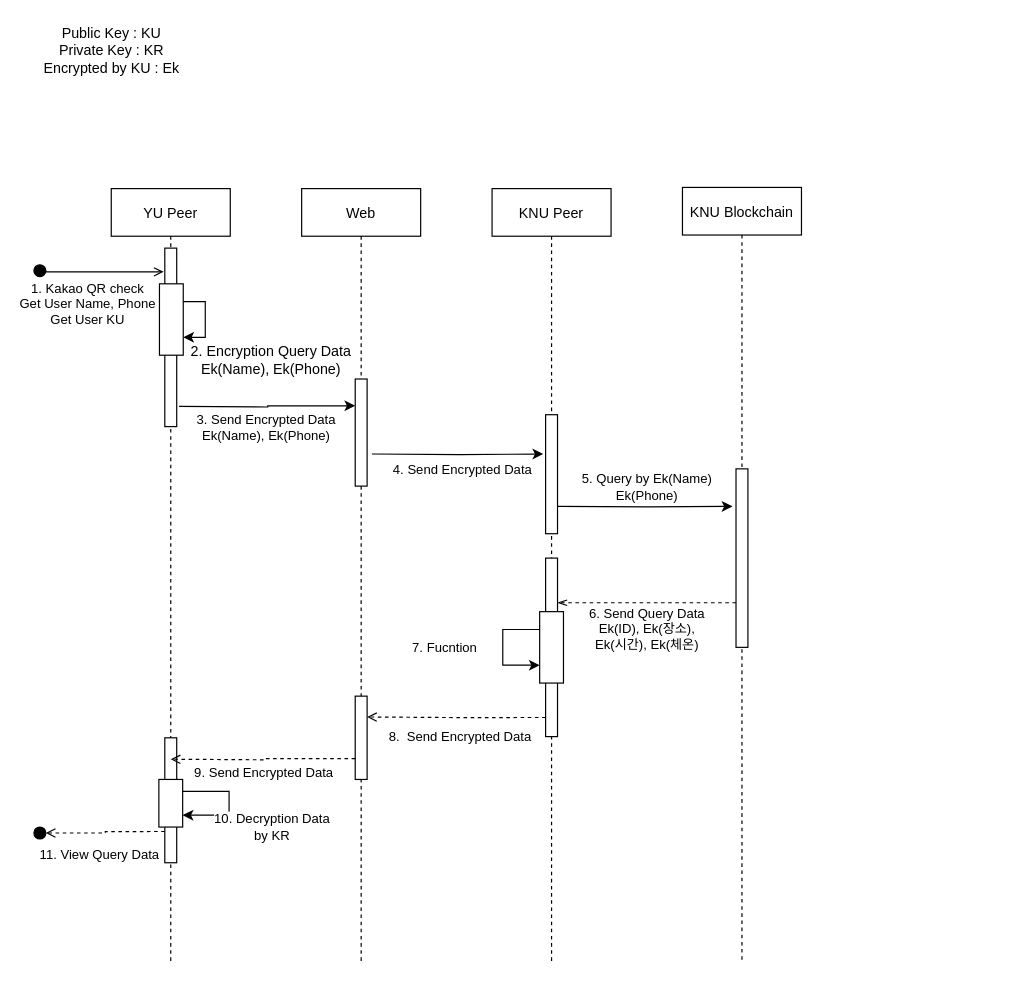
The draw.io diagram page "query" (3 of 3) of Sequence Diagram.drawio in GunhyungKim/TrackingSystem, before the edit. Source tidied: cells renumbered, new cells numbered last; positions are measured from the earlier drawing's top-left corner, leaving out a move shared by most shapes. Both pictures are drawn from the tidied source at 119%, with x=0, y=0 at pixel (33, 20).
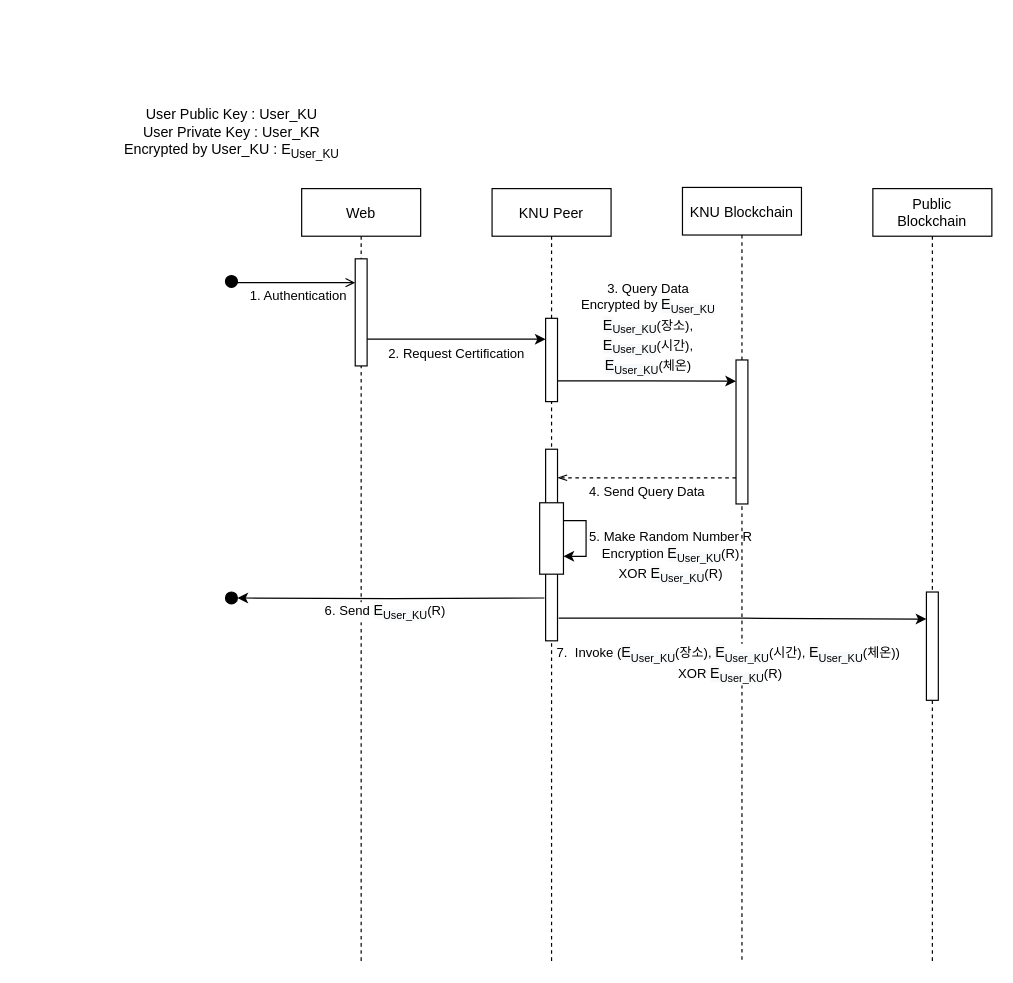
The same page after the edit.

The change refers to these unchanged cells:
```xml
<mxCell id="2" value="Web" style="shape=umlLifeline;perimeter=lifelinePerimeter;rounded=0;shadow=0;strokeWidth=1;" parent="1" vertex="1">
  <mxGeometry x="225" y="141" width="100" height="649" as="geometry" />
</mxCell>
<mxCell id="5" value="KNU Peer" style="shape=umlLifeline;perimeter=lifelinePerimeter;rounded=0;shadow=0;strokeWidth=1;" parent="1" vertex="1">
  <mxGeometry x="385" y="141" width="100" height="649" as="geometry" />
</mxCell>
<mxCell id="11" value="KNU Blockchain" style="shape=umlLifeline;perimeter=lifelinePerimeter;rounded=0;shadow=0;strokeWidth=1;" parent="1" vertex="1">
  <mxGeometry x="545" y="140" width="100" height="650" as="geometry" />
</mxCell>
```

Diff of the diagram source:
```diff
@@
-    <mxCell id="3" style="rounded=0;whiteSpace=wrap;html=1;" parent="2" vertex="1">
-      <mxGeometry x="45" y="160" width="10" height="90" as="geometry" />
-    </mxCell>
-    <mxCell id="4" style="rounded=0;whiteSpace=wrap;html=1;" parent="2" vertex="1">
-      <mxGeometry x="45" y="426.5" width="10" height="70" as="geometry" />
-    </mxCell>
+    <mxCell id="41" style="rounded=0;whiteSpace=wrap;html=1;" parent="2" vertex="1">
+      <mxGeometry x="45" y="59" width="10" height="90" as="geometry" />
+    </mxCell>
@@
-    <mxCell id="6" style="rounded=0;whiteSpace=wrap;html=1;" parent="5" vertex="1">
-      <mxGeometry x="45" y="190" width="10" height="100" as="geometry" />
-    </mxCell>
-    <mxCell id="7" style="rounded=0;whiteSpace=wrap;html=1;" parent="5" vertex="1">
-      <mxGeometry x="45" y="310.5" width="10" height="150" as="geometry" />
-    </mxCell>
-    <mxCell id="8" style="rounded=0;whiteSpace=wrap;html=1;fillColor=#FFFFFF;" parent="5" vertex="1">
-      <mxGeometry x="40" y="355.5" width="20" height="60" as="geometry" />
-    </mxCell>
-    <mxCell id="9" style="edgeStyle=orthogonalEdgeStyle;rounded=0;orthogonalLoop=1;jettySize=auto;html=1;exitX=0;exitY=0.25;exitDx=0;exitDy=0;entryX=0;entryY=0.75;entryDx=0;entryDy=0;endArrow=classic;endFill=1;" parent="5" edge="1" source="8" target="8">
-      <mxGeometry relative="1" as="geometry">
-        <Array as="points">
-          <mxPoint x="9" y="370.5" />
-          <mxPoint x="9" y="400.5" />
-        </Array>
-      </mxGeometry>
-    </mxCell>
-    <mxCell id="10" value="7. Fucntion" style="edgeLabel;html=1;align=center;verticalAlign=middle;" parent="9" vertex="1">
-      <mxGeometry x="-0.41" y="-3" relative="1" as="geometry">
-        <mxPoint x="-54" y="18" as="offset" />
-      </mxGeometry>
-    </mxCell>
+    <mxCell id="42" style="rounded=0;whiteSpace=wrap;html=1;" parent="5" vertex="1">
+      <mxGeometry x="45" y="109" width="10" height="70" as="geometry" />
+    </mxCell>
+    <mxCell id="43" style="rounded=0;whiteSpace=wrap;html=1;" parent="5" vertex="1">
+      <mxGeometry x="45" y="219" width="10" height="161" as="geometry" />
+    </mxCell>
+    <mxCell id="44" style="rounded=0;whiteSpace=wrap;html=1;fillColor=#FFFFFF;" parent="5" vertex="1">
+      <mxGeometry x="40" y="264" width="20" height="60" as="geometry" />
+    </mxCell>
+    <mxCell id="45" style="edgeStyle=orthogonalEdgeStyle;rounded=0;orthogonalLoop=1;jettySize=auto;html=1;exitX=1;exitY=0.25;exitDx=0;exitDy=0;entryX=1;entryY=0.75;entryDx=0;entryDy=0;endArrow=classic;endFill=1;" parent="5" edge="1" source="44" target="44">
+      <mxGeometry relative="1" as="geometry">
+        <Array as="points">
+          <mxPoint x="79" y="279" />
+          <mxPoint x="79" y="309" />
+        </Array>
+      </mxGeometry>
+    </mxCell>
+    <mxCell id="46" value="5. Make Random Number R&lt;br&gt;Encryption&amp;nbsp;&lt;span style=&quot;font-size: 12px ; background-color: rgb(248 , 249 , 250)&quot;&gt;E&lt;/span&gt;&lt;sub style=&quot;background-color: rgb(248 , 249 , 250)&quot;&gt;User_KU&lt;/sub&gt;(R)&lt;br&gt;XOR&amp;nbsp;&lt;span style=&quot;font-size: 12px ; background-color: rgb(248 , 249 , 250)&quot;&gt;E&lt;/span&gt;&lt;sub style=&quot;background-color: rgb(248 , 249 , 250)&quot;&gt;User_KU&lt;/sub&gt;(R)" style="edgeLabel;html=1;align=center;verticalAlign=middle;" parent="45" vertex="1">
+      <mxGeometry x="0.44" y="-3" relative="1" as="geometry">
+        <mxPoint x="70" y="3" as="offset" />
+      </mxGeometry>
+    </mxCell>
@@
-    <mxCell id="12" style="rounded=0;whiteSpace=wrap;html=1;" parent="11" vertex="1">
-      <mxGeometry x="45" y="236.5" width="10" height="150" as="geometry" />
-    </mxCell>
-    <mxCell id="13" value="YU Peer" style="shape=umlLifeline;perimeter=lifelinePerimeter;rounded=0;shadow=0;strokeWidth=1;" parent="1" vertex="1">
-      <mxGeometry x="65" y="141" width="100" height="649" as="geometry" />
-    </mxCell>
-    <mxCell id="14" style="rounded=0;whiteSpace=wrap;html=1;" parent="13" vertex="1">
-      <mxGeometry x="45" y="50" width="10" height="150" as="geometry" />
-    </mxCell>
-    <mxCell id="15" style="rounded=0;whiteSpace=wrap;html=1;fillColor=#FFFFFF;" parent="13" vertex="1">
-      <mxGeometry x="40.5" y="80" width="20" height="60" as="geometry" />
-    </mxCell>
-    <mxCell id="16" style="edgeStyle=orthogonalEdgeStyle;rounded=0;orthogonalLoop=1;jettySize=auto;html=1;exitX=1;exitY=0.25;exitDx=0;exitDy=0;entryX=1;entryY=0.75;entryDx=0;entryDy=0;" parent="13" edge="1" source="15" target="15">
-      <mxGeometry relative="1" as="geometry">
-        <Array as="points">
-          <mxPoint x="79" y="95" />
-          <mxPoint x="79" y="125" />
-        </Array>
-      </mxGeometry>
-    </mxCell>
-    <mxCell id="17" style="rounded=0;whiteSpace=wrap;html=1;" parent="13" vertex="1">
-      <mxGeometry x="45" y="461.5" width="10" height="105" as="geometry" />
-    </mxCell>
-    <mxCell id="18" style="rounded=0;whiteSpace=wrap;html=1;fillColor=#FFFFFF;" parent="13" vertex="1">
-      <mxGeometry x="40" y="496.5" width="20" height="40" as="geometry" />
-    </mxCell>
-    <mxCell id="19" style="edgeStyle=orthogonalEdgeStyle;rounded=0;orthogonalLoop=1;jettySize=auto;html=1;exitX=1;exitY=0.25;exitDx=0;exitDy=0;entryX=1;entryY=0.75;entryDx=0;entryDy=0;endArrow=classic;endFill=1;" parent="13" edge="1" source="18" target="18">
-      <mxGeometry relative="1" as="geometry">
-        <Array as="points">
-          <mxPoint x="99" y="506.5" />
-          <mxPoint x="99" y="526.5" />
-        </Array>
-      </mxGeometry>
-    </mxCell>
-    <mxCell id="20" value="10. Decryption Data&lt;br&gt;by KR" style="edgeLabel;html=1;align=center;verticalAlign=middle;" parent="19" vertex="1">
-      <mxGeometry x="0.35" y="4" relative="1" as="geometry">
-        <mxPoint x="42" y="6" as="offset" />
-      </mxGeometry>
-    </mxCell>
+    <mxCell id="47" style="rounded=0;whiteSpace=wrap;html=1;" parent="11" vertex="1">
+      <mxGeometry x="45" y="145" width="10" height="121" as="geometry" />
+    </mxCell>
     <mxCell id="21" style="ellipse;whiteSpace=wrap;html=1;fillColor=#000000;" parent="1" vertex="1">
-      <mxGeometry y="205" width="10" height="10" as="geometry" />
+      <mxGeometry x="161" y="214" width="10" height="10" as="geometry" />
     </mxCell>
-    <mxCell id="22" style="edgeStyle=orthogonalEdgeStyle;rounded=0;jettySize=auto;html=1;exitX=1;exitY=0.5;exitDx=0;exitDy=0;endArrow=open;endFill=0;entryX=-0.1;entryY=0.133;entryDx=0;entryDy=0;entryPerimeter=0;" parent="1" edge="1" source="21" target="14">
+    <mxCell id="22" style="edgeStyle=orthogonalEdgeStyle;rounded=0;jettySize=auto;html=1;exitX=1;exitY=0.5;exitDx=0;exitDy=0;endArrow=open;endFill=0;entryX=-0.1;entryY=0.133;entryDx=0;entryDy=0;entryPerimeter=0;" parent="1" edge="1" source="21">
       <mxGeometry relative="1" as="geometry">
+        <mxPoint x="270" y="220" as="targetPoint" />
         <Array as="points">
-          <mxPoint x="10" y="211" />
+          <mxPoint x="171" y="220" />
         </Array>
       </mxGeometry>
     </mxCell>
-    <mxCell id="23" value="1. Kakao QR check&lt;br&gt;Get User Name, Phone&lt;br&gt;Get User KU" style="edgeLabel;html=1;align=center;verticalAlign=middle;" parent="22" vertex="1">
+    <mxCell id="23" value="1. Authentication" style="edgeLabel;html=1;align=center;verticalAlign=middle;" parent="22" vertex="1">
       <mxGeometry x="0.26" y="1" relative="1" as="geometry">
-        <mxPoint x="-27" y="28" as="offset" />
+        <mxPoint x="-12" y="11" as="offset" />
       </mxGeometry>
     </mxCell>
-    <mxCell id="24" value="2. Encryption Query Data&lt;br&gt;Ek(Name), Ek(Phone)" style="text;html=1;align=center;verticalAlign=middle;" parent="1" vertex="1">
-      <mxGeometry x="124" y="270" width="150" height="30" as="geometry" />
-    </mxCell>
-    <mxCell id="25" style="edgeStyle=orthogonalEdgeStyle;rounded=0;jettySize=auto;html=1;entryX=0;entryY=0.25;entryDx=0;entryDy=0;" parent="1" edge="1" target="3">
-      <mxGeometry relative="1" as="geometry">
-        <mxPoint x="122" y="324" as="sourcePoint" />
-      </mxGeometry>
-    </mxCell>
-    <mxCell id="26" value="3. Send Encrypted Data&lt;br&gt;Ek(Name), Ek(Phone)" style="edgeLabel;html=1;align=center;verticalAlign=middle;" parent="25" vertex="1">
-      <mxGeometry x="-0.8" y="-4" relative="1" as="geometry">
-        <mxPoint x="58" y="13" as="offset" />
-      </mxGeometry>
-    </mxCell>
-    <mxCell id="27" style="edgeStyle=orthogonalEdgeStyle;rounded=0;jettySize=auto;html=1;entryX=-0.2;entryY=0.33;entryDx=0;entryDy=0;entryPerimeter=0;" parent="1" edge="1" target="6">
-      <mxGeometry relative="1" as="geometry">
-        <mxPoint x="284" y="364" as="sourcePoint" />
-      </mxGeometry>
-    </mxCell>
-    <mxCell id="28" value="4. Send Encrypted Data" style="edgeLabel;html=1;align=center;verticalAlign=middle;" parent="27" vertex="1">
-      <mxGeometry x="-0.17" y="-4" relative="1" as="geometry">
-        <mxPoint x="16" y="8.5" as="offset" />
-      </mxGeometry>
-    </mxCell>
-    <mxCell id="29" style="edgeStyle=orthogonalEdgeStyle;rounded=0;jettySize=auto;html=1;exitX=0;exitY=0.75;exitDx=0;exitDy=0;entryX=1;entryY=0.25;entryDx=0;entryDy=0;endArrow=openThin;endFill=0;dashed=1;" parent="1" edge="1" source="12" target="7">
-      <mxGeometry relative="1" as="geometry" />
+    <mxCell id="29" style="edgeStyle=orthogonalEdgeStyle;rounded=0;orthogonalLoop=1;jettySize=auto;html=1;exitX=0;exitY=0.75;exitDx=0;exitDy=0;entryX=1;entryY=0.25;entryDx=0;entryDy=0;endArrow=openThin;endFill=0;dashed=1;" parent="1" edge="1">
+      <mxGeometry relative="1" as="geometry">
+        <mxPoint x="590" y="384" as="sourcePoint" />
+        <mxPoint x="440" y="384" as="targetPoint" />
+      </mxGeometry>
     </mxCell>
-    <mxCell id="30" value="6. Send Query Data&lt;br&gt;Ek(ID), Ek(장소),&lt;br&gt;Ek(시간), Ek(체온)" style="edgeLabel;html=1;align=center;verticalAlign=middle;" parent="29" vertex="1">
+    <mxCell id="30" value="4. Send Query Data" style="edgeLabel;html=1;align=center;verticalAlign=middle;" parent="29" vertex="1">
       <mxGeometry x="0.31" y="4" relative="1" as="geometry">
-        <mxPoint x="22" y="17" as="offset" />
+        <mxPoint x="22" y="7" as="offset" />
       </mxGeometry>
     </mxCell>
-    <mxCell id="31" style="edgeStyle=orthogonalEdgeStyle;rounded=0;jettySize=auto;html=1;exitX=0;exitY=0.893;exitDx=0;exitDy=0;entryX=1;entryY=0.25;entryDx=0;entryDy=0;endArrow=open;endFill=0;exitPerimeter=0;dashed=1;" parent="1" edge="1" source="7" target="4">
-      <mxGeometry relative="1" as="geometry" />
-    </mxCell>
-    <mxCell id="32" value="8.&amp;nbsp; Send Encrypted Data" style="edgeLabel;html=1;align=center;verticalAlign=middle;" parent="31" vertex="1">
-      <mxGeometry x="0.35" y="2" relative="1" as="geometry">
-        <mxPoint x="28.5" y="14.5" as="offset" />
-      </mxGeometry>
-    </mxCell>
-    <mxCell id="33" style="edgeStyle=orthogonalEdgeStyle;rounded=0;jettySize=auto;html=1;exitX=0;exitY=0.75;exitDx=0;exitDy=0;endArrow=open;endFill=0;dashed=1;" parent="1" edge="1" source="4">
-      <mxGeometry relative="1" as="geometry">
-        <mxPoint x="115" y="620.5" as="targetPoint" />
-      </mxGeometry>
-    </mxCell>
-    <mxCell id="34" value="9. Send Encrypted Data" style="edgeLabel;html=1;align=center;verticalAlign=middle;" parent="33" vertex="1">
-      <mxGeometry x="0.23" y="2" relative="1" as="geometry">
-        <mxPoint x="18" y="8.5" as="offset" />
-      </mxGeometry>
-    </mxCell>
-    <mxCell id="35" style="ellipse;whiteSpace=wrap;html=1;fillColor=#000000;" parent="1" vertex="1">
-      <mxGeometry y="677.5" width="10" height="10" as="geometry" />
-    </mxCell>
-    <mxCell id="36" style="edgeStyle=orthogonalEdgeStyle;rounded=0;jettySize=auto;html=1;exitX=0;exitY=0.75;exitDx=0;exitDy=0;entryX=1;entryY=0.5;entryDx=0;entryDy=0;endArrow=open;endFill=0;dashed=1;" parent="1" edge="1" source="17" target="35">
-      <mxGeometry relative="1" as="geometry" />
-    </mxCell>
-    <mxCell id="37" value="11. View Query Data" style="edgeLabel;html=1;align=center;verticalAlign=middle;" parent="36" vertex="1">
-      <mxGeometry x="0.28" y="1" relative="1" as="geometry">
-        <mxPoint x="8.5" y="17" as="offset" />
-      </mxGeometry>
-    </mxCell>
-    <mxCell id="38" value="Public Key : KU&lt;br&gt;Private Key : KR&lt;br&gt;Encrypted by KU : Ek" style="text;html=1;align=center;verticalAlign=middle;" parent="1" vertex="1">
-      <mxGeometry width="130" height="50" as="geometry" />
-    </mxCell>
-    <mxCell id="39" style="edgeStyle=orthogonalEdgeStyle;rounded=0;jettySize=auto;html=1;entryX=-0.3;entryY=0.21;entryDx=0;entryDy=0;entryPerimeter=0;" parent="1" edge="1" target="12">
-      <mxGeometry relative="1" as="geometry">
-        <mxPoint x="440" y="408" as="sourcePoint" />
-      </mxGeometry>
-    </mxCell>
-    <mxCell id="40" value="5. Query by Ek(Name)&lt;br&gt;Ek(Phone)" style="edgeLabel;html=1;align=center;verticalAlign=middle;" parent="39" vertex="1">
-      <mxGeometry x="-0.27" y="-2" relative="1" as="geometry">
-        <mxPoint x="21" y="-19" as="offset" />
-      </mxGeometry>
-    </mxCell>
+    <mxCell id="48" value="Public&#10;Blockchain" style="shape=umlLifeline;perimeter=lifelinePerimeter;rounded=0;shadow=0;strokeWidth=1;" parent="1" vertex="1">
+      <mxGeometry x="705" y="141" width="100" height="650" as="geometry" />
+    </mxCell>
+    <mxCell id="49" style="rounded=0;whiteSpace=wrap;html=1;" parent="48" vertex="1">
+      <mxGeometry x="45" y="339" width="10" height="91" as="geometry" />
+    </mxCell>
+    <mxCell id="50" style="edgeStyle=orthogonalEdgeStyle;rounded=0;jettySize=auto;html=1;exitX=1;exitY=0.75;exitDx=0;exitDy=0;entryX=0;entryY=0.25;entryDx=0;entryDy=0;" parent="1" edge="1" source="41" target="42">
+      <mxGeometry relative="1" as="geometry" />
+    </mxCell>
+    <mxCell id="51" value="2. Request Certification" style="edgeLabel;html=1;align=center;verticalAlign=middle;" parent="50" vertex="1">
+      <mxGeometry y="26" relative="1" as="geometry">
+        <mxPoint x="-1" y="37.5" as="offset" />
+      </mxGeometry>
+    </mxCell>
+    <mxCell id="52" style="edgeStyle=orthogonalEdgeStyle;rounded=0;jettySize=auto;html=1;exitX=1;exitY=0.75;exitDx=0;exitDy=0;entryX=0;entryY=0.147;entryDx=0;entryDy=0;entryPerimeter=0;" parent="1" edge="1" source="42" target="47">
+      <mxGeometry relative="1" as="geometry" />
+    </mxCell>
+    <mxCell id="53" value="3. Query Data&lt;br&gt;Encrypted by&amp;nbsp;&lt;span style=&quot;font-size: 12px ; background-color: rgb(248 , 249 , 250)&quot;&gt;E&lt;/span&gt;&lt;sub style=&quot;background-color: rgb(248 , 249 , 250)&quot;&gt;User_KU&lt;/sub&gt;&lt;br&gt;&lt;span style=&quot;font-size: 12px ; background-color: rgb(248 , 249 , 250)&quot;&gt;E&lt;/span&gt;&lt;sub style=&quot;background-color: rgb(248 , 249 , 250)&quot;&gt;User_KU&lt;/sub&gt;(장소),&lt;br&gt;&lt;span style=&quot;font-size: 12px ; background-color: rgb(248 , 249 , 250)&quot;&gt;E&lt;/span&gt;&lt;sub style=&quot;background-color: rgb(248 , 249 , 250)&quot;&gt;User_KU&lt;/sub&gt;(시간),&lt;br&gt;&lt;span style=&quot;font-size: 12px ; background-color: rgb(248 , 249 , 250)&quot;&gt;E&lt;/span&gt;&lt;sub style=&quot;background-color: rgb(248 , 249 , 250)&quot;&gt;User_KU&lt;/sub&gt;(체온)" style="edgeLabel;html=1;align=center;verticalAlign=middle;" parent="52" vertex="1">
+      <mxGeometry y="-48" relative="1" as="geometry">
+        <mxPoint x="0.3" y="-92.8" as="offset" />
+      </mxGeometry>
+    </mxCell>
+    <mxCell id="54" value="User Public Key : User_KU&lt;br&gt;User Private Key : User_KR&lt;br&gt;Encrypted by User_KU : E&lt;sub&gt;User_KU&lt;/sub&gt;" style="text;html=1;align=center;verticalAlign=middle;" parent="1" vertex="1">
+      <mxGeometry x="66" y="70" width="200" height="50" as="geometry" />
+    </mxCell>
+    <mxCell id="55" style="ellipse;whiteSpace=wrap;html=1;fillColor=#000000;" parent="1" vertex="1">
+      <mxGeometry x="161" y="480" width="10" height="10" as="geometry" />
+    </mxCell>
+    <mxCell id="56" style="edgeStyle=orthogonalEdgeStyle;rounded=0;jettySize=auto;html=1;entryX=1;entryY=0.5;entryDx=0;entryDy=0;endArrow=classic;endFill=1;" parent="1" edge="1" target="55">
+      <mxGeometry relative="1" as="geometry">
+        <mxPoint x="429" y="485" as="sourcePoint" />
+      </mxGeometry>
+    </mxCell>
+    <mxCell id="57" value="6. Send&amp;nbsp;&lt;span style=&quot;font-size: 12px ; background-color: rgb(248 , 249 , 250)&quot;&gt;E&lt;/span&gt;&lt;sub style=&quot;background-color: rgb(248 , 249 , 250)&quot;&gt;User_KU&lt;/sub&gt;(R)" style="edgeLabel;html=1;align=center;verticalAlign=middle;" parent="56" vertex="1">
+      <mxGeometry x="0.11" y="-1" relative="1" as="geometry">
+        <mxPoint x="8" y="12" as="offset" />
+      </mxGeometry>
+    </mxCell>
+    <mxCell id="58" style="edgeStyle=orthogonalEdgeStyle;rounded=0;jettySize=auto;html=1;exitX=1.1;exitY=0.882;exitDx=0;exitDy=0;entryX=0;entryY=0.25;entryDx=0;entryDy=0;endArrow=classic;endFill=1;exitPerimeter=0;" parent="1" edge="1" source="43" target="49">
+      <mxGeometry relative="1" as="geometry" />
+    </mxCell>
+    <mxCell id="59" value="7.&amp;nbsp; Invoke (&lt;span style=&quot;font-size: 12px ; background-color: rgb(248 , 249 , 250)&quot;&gt;E&lt;/span&gt;&lt;sub style=&quot;background-color: rgb(248 , 249 , 250)&quot;&gt;User_KU&lt;/sub&gt;(장소),&amp;nbsp;&lt;span style=&quot;font-size: 12px ; background-color: rgb(248 , 249 , 250)&quot;&gt;E&lt;/span&gt;&lt;sub style=&quot;background-color: rgb(248 , 249 , 250)&quot;&gt;User_KU&lt;/sub&gt;(시간),&amp;nbsp;&lt;span style=&quot;font-size: 12px ; background-color: rgb(248 , 249 , 250)&quot;&gt;E&lt;/span&gt;&lt;sub style=&quot;background-color: rgb(248 , 249 , 250)&quot;&gt;User_KU&lt;/sub&gt;(체온))&amp;nbsp;&lt;br&gt;XOR&amp;nbsp;&lt;span style=&quot;font-size: 12px ; background-color: rgb(248 , 249 , 250)&quot;&gt;E&lt;/span&gt;&lt;sub style=&quot;background-color: rgb(248 , 249 , 250)&quot;&gt;User_KU&lt;/sub&gt;(R)" style="edgeLabel;html=1;align=center;verticalAlign=middle;" parent="58" vertex="1">
+      <mxGeometry x="-0.66" y="2" relative="1" as="geometry">
+        <mxPoint x="91" y="40" as="offset" />
+      </mxGeometry>
+    </mxCell>
```
